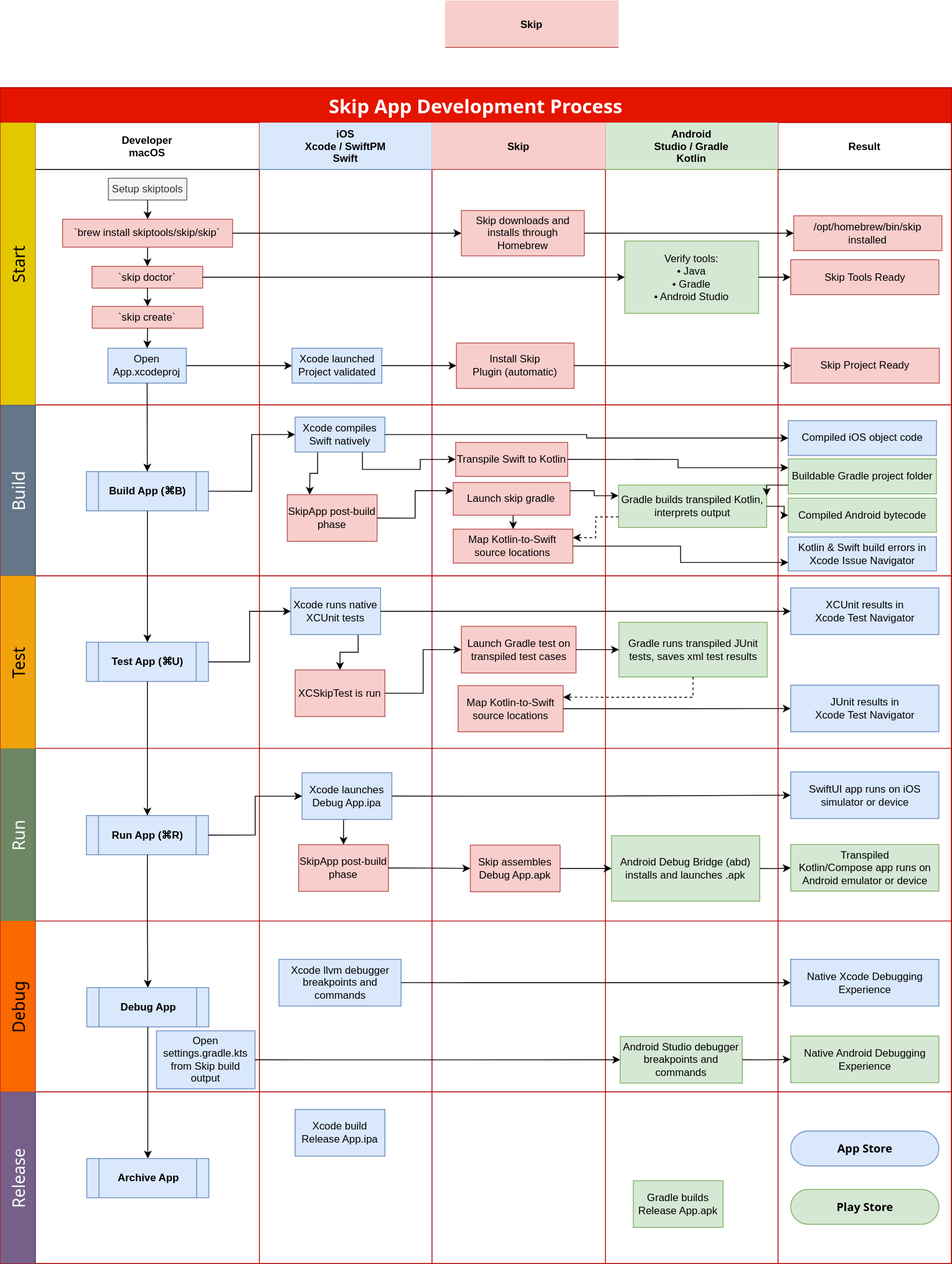
Before: skip_dev_process.drawio.svg, a diagram exported from draw.io (skiptools/assets.skip.tools). Source tidied: cells renumbered, new cells last; positions are measured from the earlier drawing's top-left corner, leaving out a move shared by most shapes.
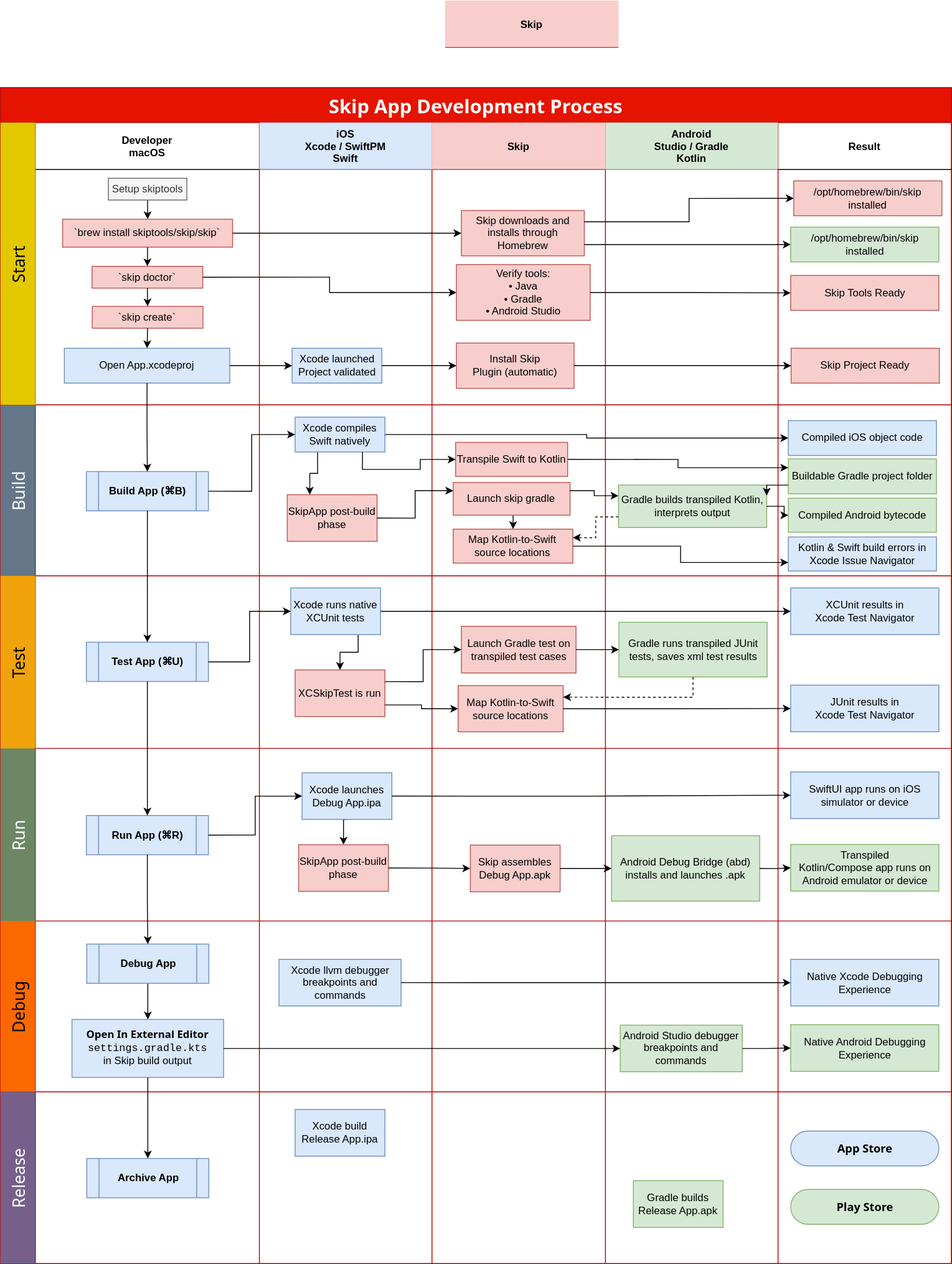
Above is the later version.

Change to the diagram source:
```diff
@@ -38,8 +38,8 @@
     <mxCell id="13" style="swimlane;swimlaneHead=0;swimlaneBody=0;fillColor=none;startSize=0;fontStyle=1;" parent="12" vertex="1">
       <mxGeometry x="-158" y="196" width="153" height="127" as="geometry" />
     </mxCell>
-    <mxCell id="14" value="Open&lt;br&gt;App.xcodeproj" style="rounded=0;whiteSpace=wrap;html=1;fillColor=#dae8fc;strokeColor=#6c8ebf;" parent="13" vertex="1">
-      <mxGeometry x="-15.8" y="63" width="90" height="40" as="geometry" />
+    <mxCell id="14" value="Open App.xcodeproj" style="rounded=0;whiteSpace=wrap;html=1;fillColor=#dae8fc;strokeColor=#6c8ebf;" parent="13" vertex="1">
+      <mxGeometry x="-65.8" y="63" width="189.8" height="40" as="geometry" />
     </mxCell>
     <mxCell id="15" value="Xcode launched&lt;br&gt;Project validated" style="rounded=0;whiteSpace=wrap;html=1;fillColor=#dae8fc;strokeColor=#6c8ebf;" parent="12" vertex="1">
       <mxGeometry x="37.5" y="259" width="103" height="40" as="geometry" />
@@ -59,24 +59,27 @@
     <mxCell id="20" value="Skip downloads and installs through Homebrew" style="rounded=0;whiteSpace=wrap;html=1;fillColor=#f8cecc;strokeColor=#b85450;" parent="19" vertex="1">
       <mxGeometry x="18.8" y="241" width="141" height="52" as="geometry" />
     </mxCell>
+    <mxCell id="22" value="Verify tools:&lt;br&gt;• Java&lt;br&gt;• Gradle&lt;br&gt;• Android Studio" style="rounded=0;whiteSpace=wrap;html=1;fillColor=#f8cecc;strokeColor=#b85450;" parent="17" vertex="1">
+      <mxGeometry x="28" y="163" width="153.5" height="64" as="geometry" />
+    </mxCell>
     <mxCell id="21" value="Android&#10;Studio / Gradle&#10;Kotlin" style="swimlane;swimlaneHead=0;swimlaneBody=0;fillColor=#d5e8d4;startSize=54;fontStyle=1;strokeColor=#82b366;" parent="3" vertex="1">
       <mxGeometry x="694" width="198" height="324" as="geometry" />
     </mxCell>
-    <mxCell id="22" value="Verify tools:&lt;br&gt;• Java&lt;br&gt;• Gradle&lt;br&gt;• Android Studio" style="rounded=0;whiteSpace=wrap;html=1;fillColor=#d5e8d4;strokeColor=#82b366;" parent="21" vertex="1">
-      <mxGeometry x="22.2" y="136" width="153.5" height="83" as="geometry" />
-    </mxCell>
     <mxCell id="23" value="Result" style="swimlane;swimlaneHead=0;swimlaneBody=0;fillColor=none;startSize=54;fontStyle=1;" parent="3" vertex="1">
       <mxGeometry x="892" width="199" height="324" as="geometry" />
     </mxCell>
     <mxCell id="24" value="Skip Tools Ready" style="rounded=0;whiteSpace=wrap;html=1;fillColor=#f8cecc;strokeColor=#b85450;" parent="23" vertex="1">
-      <mxGeometry x="14.5" y="157.5" width="170" height="40" as="geometry" />
+      <mxGeometry x="14.5" y="175.5" width="170" height="40" as="geometry" />
     </mxCell>
     <mxCell id="25" value="/opt/homebrew/bin/skip&lt;br&gt;installed" style="rounded=0;whiteSpace=wrap;html=1;fillColor=#f8cecc;strokeColor=#b85450;" parent="23" vertex="1">
-      <mxGeometry x="18" y="107" width="170" height="40" as="geometry" />
+      <mxGeometry x="18" y="67" width="170" height="40" as="geometry" />
     </mxCell>
     <mxCell id="26" value="Skip Project Ready" style="rounded=0;whiteSpace=wrap;html=1;fillColor=#f8cecc;strokeColor=#b85450;" parent="23" vertex="1">
       <mxGeometry x="15" y="259" width="170" height="40" as="geometry" />
     </mxCell>
+    <mxCell id="142" value="/opt/homebrew/bin/skip&lt;br&gt;installed" style="rounded=0;whiteSpace=wrap;html=1;fillColor=#d5e8d4;strokeColor=#82b366;" parent="23" vertex="1">
+      <mxGeometry x="14.5" y="120" width="170" height="40" as="geometry" />
+    </mxCell>
     <mxCell id="27" style="edgeStyle=orthogonalEdgeStyle;rounded=0;jettySize=auto;html=1;" parent="3" edge="1" source="15" target="18">
       <mxGeometry relative="1" as="geometry" />
     </mxCell>
@@ -92,12 +95,15 @@
     <mxCell id="31" style="edgeStyle=orthogonalEdgeStyle;rounded=0;jettySize=auto;html=1;exitX=1;exitY=0.5;exitDx=0;exitDy=0;" parent="3" edge="1" source="11" target="20">
       <mxGeometry relative="1" as="geometry" />
     </mxCell>
+    <mxCell id="33" style="edgeStyle=orthogonalEdgeStyle;rounded=0;jettySize=auto;html=1;exitX=1;exitY=0.5;exitDx=0;exitDy=0;entryX=0;entryY=0.5;entryDx=0;entryDy=0;" parent="3" edge="1" source="18" target="26">
+      <mxGeometry relative="1" as="geometry" />
+    </mxCell>
+    <mxCell id="143" style="edgeStyle=orthogonalEdgeStyle;rounded=0;jettySize=auto;html=1;exitX=1;exitY=0.75;exitDx=0;exitDy=0;" parent="3" edge="1" source="20" target="142">
+      <mxGeometry relative="1" as="geometry" />
+    </mxCell>
-    <mxCell id="32" style="edgeStyle=orthogonalEdgeStyle;rounded=0;jettySize=auto;html=1;exitX=1;exitY=0.5;exitDx=0;exitDy=0;" parent="3" edge="1" source="20" target="25">
+    <mxCell id="32" style="edgeStyle=orthogonalEdgeStyle;rounded=0;jettySize=auto;html=1;exitX=1;exitY=0.25;exitDx=0;exitDy=0;entryX=0;entryY=0.5;entryDx=0;entryDy=0;" parent="3" edge="1" source="20" target="25">
       <mxGeometry relative="1" as="geometry" />
     </mxCell>
-    <mxCell id="33" style="edgeStyle=orthogonalEdgeStyle;rounded=0;jettySize=auto;html=1;exitX=1;exitY=0.5;exitDx=0;exitDy=0;entryX=0;entryY=0.5;entryDx=0;entryDy=0;" parent="3" edge="1" source="18" target="26">
-      <mxGeometry relative="1" as="geometry" />
-    </mxCell>
     <mxCell id="34" value="Build" style="shape=tableRow;horizontal=0;swimlaneHead=0;swimlaneBody=0;top=0;left=0;bottom=0;right=0;fillColor=#647687;startSize=40;fontStyle=0;strokeColor=#314354;fontColor=#ffffff;fontSize=19;fontFamily=system-ui,Helvetica,san-serif;" parent="2" vertex="1">
       <mxGeometry y="364" width="1091" height="196" as="geometry" />
     </mxCell>
@@ -236,9 +242,6 @@
     <mxCell id="79" style="edgeStyle=orthogonalEdgeStyle;rounded=0;jettySize=auto;html=1;exitX=1;exitY=0.5;exitDx=0;exitDy=0;entryX=0;entryY=0.5;entryDx=0;entryDy=0;" parent="63" edge="1" source="68" target="76">
       <mxGeometry relative="1" as="geometry" />
     </mxCell>
-    <mxCell id="80" style="edgeStyle=orthogonalEdgeStyle;rounded=0;jettySize=auto;html=1;exitX=1;exitY=0.5;exitDx=0;exitDy=0;entryX=0;entryY=0.5;entryDx=0;entryDy=0;" parent="63" edge="1" source="69" target="71">
-      <mxGeometry relative="1" as="geometry" />
-    </mxCell>
     <mxCell id="81" style="edgeStyle=orthogonalEdgeStyle;rounded=0;jettySize=auto;html=1;exitX=1;exitY=0.5;exitDx=0;exitDy=0;" parent="63" edge="1" source="71" target="74">
       <mxGeometry relative="1" as="geometry" />
     </mxCell>
@@ -251,6 +254,12 @@
     <mxCell id="84" style="edgeStyle=orthogonalEdgeStyle;rounded=0;jettySize=auto;html=1;exitX=1;exitY=0.5;exitDx=0;exitDy=0;entryX=0;entryY=0.5;entryDx=0;entryDy=0;" parent="63" edge="1" source="65" target="68">
       <mxGeometry relative="1" as="geometry" />
     </mxCell>
+    <mxCell id="80" style="edgeStyle=orthogonalEdgeStyle;rounded=0;jettySize=auto;html=1;exitX=1;exitY=0.25;exitDx=0;exitDy=0;entryX=0;entryY=0.5;entryDx=0;entryDy=0;" parent="63" edge="1" source="69" target="71">
+      <mxGeometry relative="1" as="geometry" />
+    </mxCell>
+    <mxCell id="144" style="edgeStyle=orthogonalEdgeStyle;rounded=0;jettySize=auto;html=1;exitX=1;exitY=0.75;exitDx=0;exitDy=0;entryX=0;entryY=0.5;entryDx=0;entryDy=0;" parent="63" edge="1" source="69" target="72">
+      <mxGeometry relative="1" as="geometry" />
+    </mxCell>
     <mxCell id="85" value="Run" style="shape=tableRow;horizontal=0;swimlaneHead=0;swimlaneBody=0;top=0;left=0;bottom=0;right=0;fillColor=#6d8764;startSize=40;fontStyle=0;strokeColor=#3A5431;fontColor=#ffffff;fontSize=19;fontFamily=system-ui,Helvetica,san-serif;" parent="2" vertex="1">
       <mxGeometry y="758" width="1091" height="198" as="geometry" />
     </mxCell>
@@ -323,11 +332,14 @@
     <mxCell id="108" style="swimlane;swimlaneHead=0;swimlaneBody=0;fillColor=none;startSize=0;fontStyle=1;" parent="107" vertex="1">
       <mxGeometry x="40" width="257" height="196" as="geometry" />
     </mxCell>
+    <mxCell id="145" style="edgeStyle=orthogonalEdgeStyle;rounded=0;jettySize=auto;html=1;exitX=0.5;exitY=1;exitDx=0;exitDy=0;" parent="108" edge="1" source="109" target="110">
+      <mxGeometry relative="1" as="geometry" />
+    </mxCell>
     <mxCell id="109" value="Debug App" style="rounded=0;whiteSpace=wrap;html=1;fontStyle=1;flipV=0;shape=process;backgroundOutline=1;fillColor=#dae8fc;strokeColor=#6c8ebf;" parent="108" vertex="1">
-      <mxGeometry x="59" y="76.5" width="140" height="45" as="geometry" />
+      <mxGeometry x="59" y="26.5" width="140" height="45" as="geometry" />
     </mxCell>
-    <mxCell id="110" value="Open settings.gradle.kts from Skip build output" style="rounded=0;whiteSpace=wrap;html=1;fillColor=#dae8fc;strokeColor=#6c8ebf;" parent="108" vertex="1">
-      <mxGeometry x="139" y="126" width="113" height="66.5" as="geometry" />
+    <mxCell id="110" value="&lt;font face=&quot;system-ui, Helvetica, san-serif&quot;&gt;&lt;b&gt;Open In External Editor&lt;/b&gt;&lt;/font&gt;&lt;br&gt;&lt;font face=&quot;Courier New&quot;&gt;settings.gradle.kts&lt;/font&gt;&lt;br&gt;in Skip build output" style="rounded=0;whiteSpace=wrap;html=1;fillColor=#dae8fc;strokeColor=#6c8ebf;" parent="108" vertex="1">
+      <mxGeometry x="42" y="113" width="174" height="66.5" as="geometry" />
     </mxCell>
     <mxCell id="111" style="swimlane;swimlaneHead=0;swimlaneBody=0;fillColor=none;startSize=0;fontStyle=1;horizontal=1;" parent="107" vertex="1">
       <mxGeometry x="297" width="198" height="196" as="geometry" />
@@ -345,7 +357,7 @@
       <mxGeometry x="694" width="198" height="196" as="geometry" />
     </mxCell>
     <mxCell id="116" value="Android Studio debugger breakpoints and commands" style="rounded=0;whiteSpace=wrap;html=1;fillColor=#d5e8d4;strokeColor=#82b366;" parent="115" vertex="1">
-      <mxGeometry x="17" y="132.5" width="140" height="53.5" as="geometry" />
+      <mxGeometry x="17" y="119.5" width="140" height="53.5" as="geometry" />
     </mxCell>
     <mxCell id="117" style="swimlane;swimlaneHead=0;swimlaneBody=0;fillColor=none;startSize=0;fontStyle=1;horizontal=1;" parent="107" vertex="1">
       <mxGeometry x="892" width="199" height="196" as="geometry" />
@@ -357,7 +369,7 @@
       <mxGeometry y="76.5" width="199" height="196" as="geometry" />
     </mxCell>
     <mxCell id="120" value="Native Android Debugging Experience" style="rounded=0;whiteSpace=wrap;html=1;fillColor=#d5e8d4;strokeColor=#82b366;" parent="119" vertex="1">
-      <mxGeometry x="14.5" y="55.5" width="170" height="53.5" as="geometry" />
+      <mxGeometry x="14.5" y="42.5" width="170" height="53.5" as="geometry" />
     </mxCell>
     <mxCell id="121" style="swimlane;swimlaneHead=0;swimlaneBody=0;fillColor=none;startSize=0;fontStyle=1;" parent="107" vertex="1">
       <mxGeometry x="1091" height="196" as="geometry" />
@@ -419,8 +431,8 @@
     <mxCell id="140" style="edgeStyle=orthogonalEdgeStyle;rounded=0;jettySize=auto;html=1;exitX=0.5;exitY=1;exitDx=0;exitDy=0;entryX=0.5;entryY=0;entryDx=0;entryDy=0;" parent="2" edge="1" source="88" target="109">
       <mxGeometry relative="1" as="geometry" />
     </mxCell>
-    <mxCell id="141" style="edgeStyle=orthogonalEdgeStyle;rounded=0;jettySize=auto;html=1;exitX=0.5;exitY=1;exitDx=0;exitDy=0;" parent="2" edge="1" source="109" target="127">
-      <mxGeometry relative="1" as="geometry" />
-    </mxCell>
+    <mxCell id="146" style="edgeStyle=orthogonalEdgeStyle;rounded=0;jettySize=auto;html=1;exitX=0.5;exitY=1;exitDx=0;exitDy=0;" parent="2" edge="1" source="110" target="127">
+      <mxGeometry relative="1" as="geometry" />
+    </mxCell>
   </root>
 </mxGraphModel>
```
